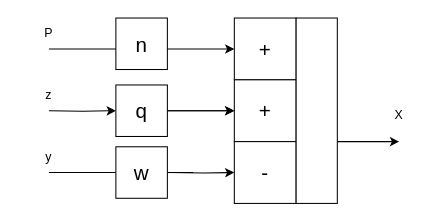
The draw.io diagram PCIAssignment3BlockDiagram(2).drawio in dbarif/Diagrams.netd_b, before the edit. Source tidied: cells renumbered, new cells numbered last; positions are measured from the earlier drawing's top-left corner, leaving out a move shared by most shapes. Both pictures are drawn from the tidied source at 103%, with x=0, y=0 at pixel (18, 18).
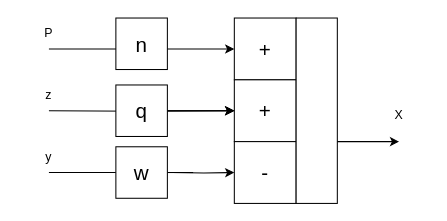
Above is the later version.

Unchanged cells that the change refers to:
```xml
<mxCell id="3" value="&lt;span style=&quot;font-size: 20px;&quot;&gt;+&lt;/span&gt;" style="rounded=0;whiteSpace=wrap;html=1;" parent="1" vertex="1">
  <mxGeometry x="210" y="60" width="60" height="60" as="geometry" />
</mxCell>
<mxCell id="18" value="&lt;span style=&quot;font-size: 20px;&quot;&gt;q&lt;/span&gt;" style="rounded=0;whiteSpace=wrap;html=1;" parent="1" vertex="1">
  <mxGeometry x="95" y="65" width="50" height="50" as="geometry" />
</mxCell>
```

What changed in the source:
```diff
@@
-    <mxCell id="17" style="edgeStyle=orthogonalEdgeStyle;rounded=0;jettySize=auto;html=1;entryX=0;entryY=0.5;entryDx=0;entryDy=0;" parent="1" edge="1" target="18">
+    <mxCell id="17" style="edgeStyle=orthogonalEdgeStyle;rounded=0;jettySize=auto;html=1;entryX=0;entryY=0.5;entryDx=0;entryDy=0;" parent="1" edge="1" target="3">
       <mxGeometry relative="1" as="geometry">
         <mxPoint x="30" y="90" as="sourcePoint" />
       </mxGeometry>
     </mxCell>
```
